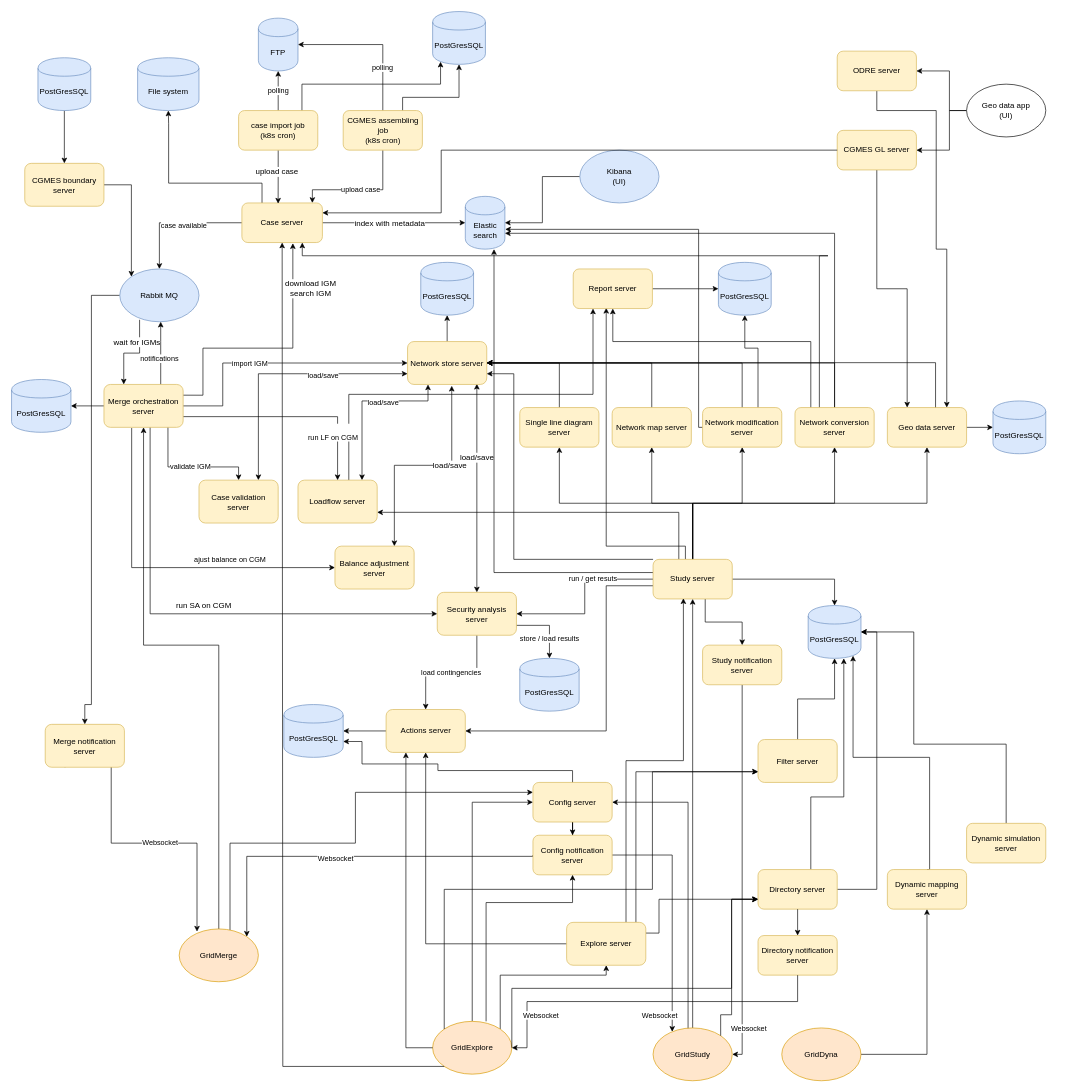
Earlier version of the draw.io diagram diagrams/gridsuite_architecture.drawio (gridsuite/documentation). Source tidied: cells renumbered, new cells numbered last; positions are measured from the earlier drawing's top-left corner, leaving out a move shared by most shapes. Both pictures are drawn from the tidied source at 66%, with x=0, y=0 at pixel (11, 11).
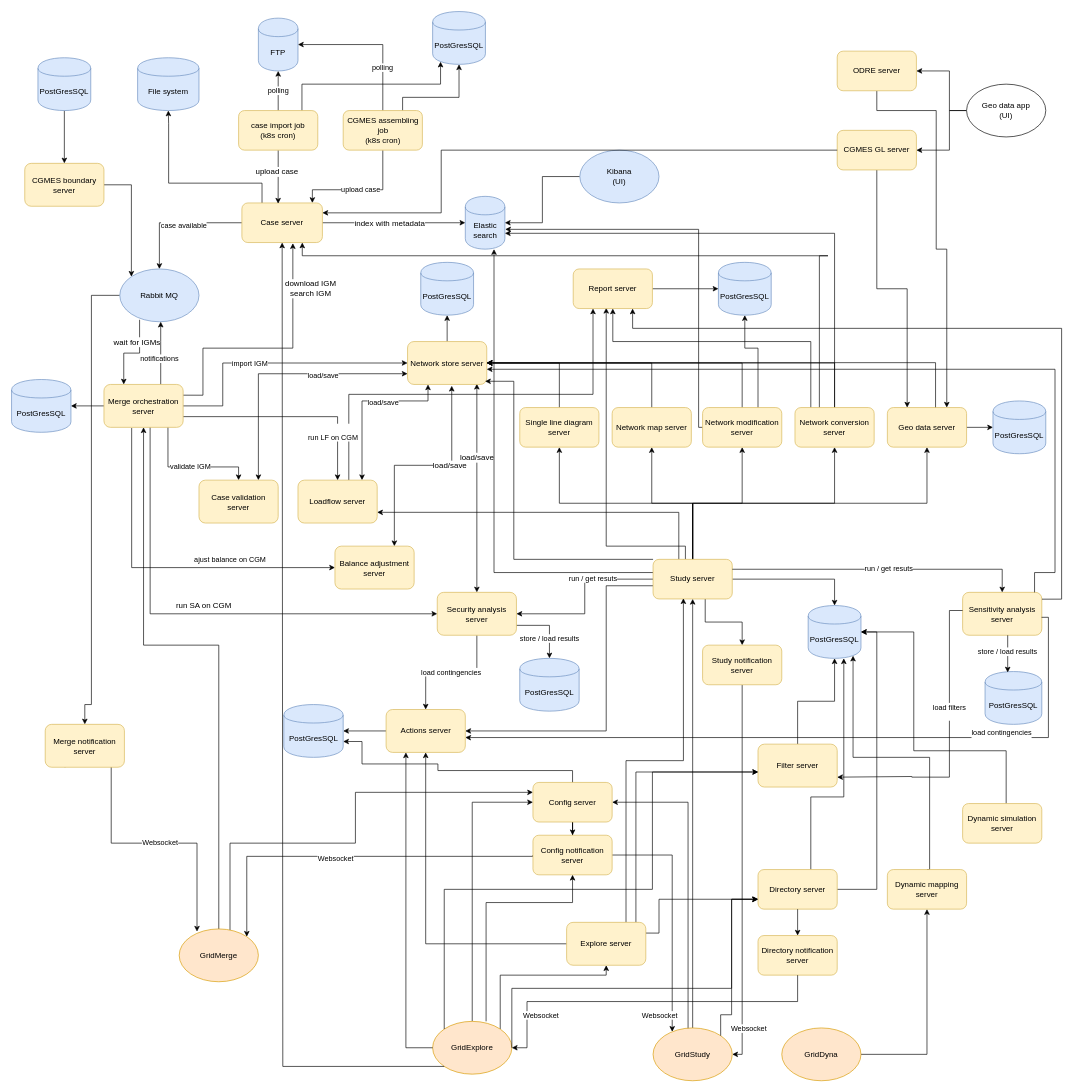
Above is the later version.

Commit message (it also covers changes not shown here):
Add documentation for sensitivity analysis server in README Modification of document in drawio format Generation of new svg document

The change refers to these unchanged cells:
```xml
<mxCell id="34" value="Network store server" style="rounded=1;whiteSpace=wrap;html=1;fillColor=#fff2cc;strokeColor=#d6b656;" parent="1" vertex="1">
  <mxGeometry x="600" y="500" width="120" height="65" as="geometry" />
</mxCell>
<mxCell id="50" value="Actions server" style="rounded=1;whiteSpace=wrap;html=1;fillColor=#fff2cc;strokeColor=#d6b656;" parent="1" vertex="1">
  <mxGeometry x="567.5" y="1057.5" width="120" height="65" as="geometry" />
</mxCell>
<mxCell id="76" value="Study server" style="rounded=1;whiteSpace=wrap;html=1;fillColor=#fff2cc;strokeColor=#d6b656;" parent="1" vertex="1">
  <mxGeometry x="972" y="830" width="120" height="60" as="geometry" />
</mxCell>
<mxCell id="119" value="GridExplore" style="ellipse;whiteSpace=wrap;html=1;fillColor=#ffe6cc;strokeColor=#d79b00;" parent="1" vertex="1">
  <mxGeometry x="638" y="1530" width="120" height="80" as="geometry" />
</mxCell>
<mxCell id="120" value="PostGresSQL" style="shape=cylinder;whiteSpace=wrap;html=1;boundedLbl=1;backgroundOutline=1;fillColor=#dae8fc;strokeColor=#6c8ebf;" parent="1" vertex="1">
  <mxGeometry x="1207" y="900" width="80" height="80" as="geometry" />
</mxCell>
<mxCell id="144" value="&lt;div&gt;Explore server&lt;/div&gt;" style="rounded=1;whiteSpace=wrap;html=1;fillColor=#fff2cc;strokeColor=#d6b656;" parent="1" vertex="1">
  <mxGeometry x="841" y="1380" width="120" height="65" as="geometry" />
</mxCell>
<mxCell id="148" value="Report server" style="rounded=1;whiteSpace=wrap;html=1;fillColor=#fff2cc;strokeColor=#d6b656;" parent="1" vertex="1">
  <mxGeometry x="851" y="390" width="120" height="60" as="geometry" />
</mxCell>
```

The edit, as a diff of the source:
```diff
@@
-    <mxCell id="73" style="edgeStyle=orthogonalEdgeStyle;rounded=0;jettySize=auto;html=1;entryX=1;entryY=0.75;entryDx=0;entryDy=0;exitX=0;exitY=0;exitDx=0;exitDy=0;" parent="1" edge="1" source="76" target="34">
+    <mxCell id="73" style="edgeStyle=orthogonalEdgeStyle;rounded=0;jettySize=auto;html=1;exitX=0;exitY=0;exitDx=0;exitDy=0;entryX=0.979;entryY=0.926;entryDx=0;entryDy=0;entryPerimeter=0;" parent="1" edge="1" source="76" target="34">
       <mxGeometry relative="1" as="geometry">
         <Array as="points">
           <mxPoint x="761" y="830" />
-          <mxPoint x="761" y="549" />
+          <mxPoint x="761" y="560" />
         </Array>
       </mxGeometry>
     </mxCell>
@@
     <mxCell id="122" value="Filter server" style="rounded=1;whiteSpace=wrap;html=1;fillColor=#fff2cc;strokeColor=#d6b656;" parent="1" vertex="1">
-      <mxGeometry x="1131" y="1103" width="120" height="65" as="geometry" />
+      <mxGeometry x="1131" y="1110" width="120" height="65" as="geometry" />
     </mxCell>
@@
-    <mxCell id="143" style="edgeStyle=orthogonalEdgeStyle;rounded=0;jettySize=auto;html=1;exitX=0.875;exitY=0;exitDx=0;exitDy=0;exitPerimeter=0;entryX=0;entryY=0.75;entryDx=0;entryDy=0;" parent="1" edge="1" source="144" target="122">
+    <mxCell id="143" style="edgeStyle=orthogonalEdgeStyle;rounded=0;jettySize=auto;html=1;exitX=0.875;exitY=0;exitDx=0;exitDy=0;exitPerimeter=0;entryX=0.002;entryY=0.649;entryDx=0;entryDy=0;entryPerimeter=0;" parent="1" edge="1" source="144" target="122">
       <mxGeometry relative="1" as="geometry">
         <Array as="points">
           <mxPoint x="946" y="1152" />
+          <mxPoint x="1131" y="1152" />
         </Array>
       </mxGeometry>
     </mxCell>
@@
     <mxCell id="145" style="edgeStyle=orthogonalEdgeStyle;rounded=0;jettySize=auto;html=1;entryX=1;entryY=0.5;entryDx=0;entryDy=0;" parent="1" edge="1" source="146" target="120">
       <mxGeometry relative="1" as="geometry">
         <Array as="points">
-          <mxPoint x="1507" y="1110" />
-          <mxPoint x="1367" y="1110" />
+          <mxPoint x="1507" y="1120" />
+          <mxPoint x="1367" y="1120" />
           <mxPoint x="1367" y="940" />
         </Array>
       </mxGeometry>
     </mxCell>
     <mxCell id="146" value="Dynamic simulation server" style="rounded=1;whiteSpace=wrap;html=1;fillColor=#fff2cc;strokeColor=#d6b656;" parent="1" vertex="1">
-      <mxGeometry x="1447" y="1230" width="120" height="60" as="geometry" />
+      <mxGeometry x="1441" y="1200" width="120" height="60" as="geometry" />
     </mxCell>
@@
-    <mxCell id="160" style="edgeStyle=orthogonalEdgeStyle;rounded=0;jettySize=auto;html=1;entryX=0;entryY=0.75;entryDx=0;entryDy=0;exitX=0;exitY=0;exitDx=0;exitDy=0;" parent="1" edge="1" source="119" target="122">
+    <mxCell id="160" style="edgeStyle=orthogonalEdgeStyle;rounded=0;jettySize=auto;html=1;exitX=0;exitY=0;exitDx=0;exitDy=0;entryX=0.001;entryY=0.649;entryDx=0;entryDy=0;entryPerimeter=0;" parent="1" edge="1" source="119" target="122">
       <mxGeometry relative="1" as="geometry">
         <Array as="points">
           <mxPoint x="656" y="1330" />
           <mxPoint x="971" y="1330" />
           <mxPoint x="971" y="1152" />
         </Array>
       </mxGeometry>
     </mxCell>
@@
+    <mxCell id="162" value="Sensitivity analysis server" style="rounded=1;whiteSpace=wrap;html=1;fillColor=#fff2cc;strokeColor=#d6b656;" parent="1" vertex="1">
+      <mxGeometry x="1441" y="880" width="120" height="65" as="geometry" />
+    </mxCell>
+    <mxCell id="163" style="edgeStyle=orthogonalEdgeStyle;rounded=0;jettySize=auto;html=1;entryX=0.5;entryY=0;entryDx=0;entryDy=0;exitX=1;exitY=0.25;exitDx=0;exitDy=0;" parent="1" edge="1" source="76" target="162">
+      <mxGeometry relative="1" as="geometry" />
+    </mxCell>
+    <mxCell id="164" value="run / get resuts" style="edgeLabel;html=1;align=center;verticalAlign=middle;" parent="163" vertex="1">
+      <mxGeometry x="-0.29" y="-2" relative="1" as="geometry">
+        <mxPoint x="78" y="-4" as="offset" />
+      </mxGeometry>
+    </mxCell>
+    <mxCell id="165" value="PostGresSQL" style="shape=cylinder;whiteSpace=wrap;html=1;boundedLbl=1;backgroundOutline=1;fillColor=#dae8fc;strokeColor=#6c8ebf;" parent="1" vertex="1">
+      <mxGeometry x="1475" y="1000" width="86" height="80" as="geometry" />
+    </mxCell>
+    <mxCell id="166" value="store / load results" style="edgeStyle=orthogonalEdgeStyle;rounded=0;jettySize=auto;html=1;entryX=0.399;entryY=0.017;entryDx=0;entryDy=0;entryPerimeter=0;" parent="1" edge="1" target="165">
+      <mxGeometry x="-0.11" relative="1" as="geometry">
+        <mxPoint x="1509" y="945" as="sourcePoint" />
+        <Array as="points">
+          <mxPoint x="1509" y="1001" />
+        </Array>
+      </mxGeometry>
+    </mxCell>
+    <mxCell id="167" style="edgeStyle=orthogonalEdgeStyle;rounded=0;jettySize=auto;html=1;" parent="1" edge="1" source="162" target="34">
+      <mxGeometry relative="1" as="geometry">
+        <Array as="points">
+          <mxPoint x="1550" y="850" />
+          <mxPoint x="1581" y="850" />
+          <mxPoint x="1581" y="542" />
+        </Array>
+      </mxGeometry>
+    </mxCell>
+    <mxCell id="168" value="&lt;div&gt;load filters&lt;/div&gt;&lt;div&gt;&lt;br&gt;&lt;/div&gt;" style="edgeStyle=orthogonalEdgeStyle;rounded=0;orthogonalLoop=1;jettySize=auto;html=1;" parent="1" edge="1">
+      <mxGeometry x="-0.22" relative="1" as="geometry">
+        <mxPoint x="1441" y="907.5" as="sourcePoint" />
+        <mxPoint x="1251" y="1160" as="targetPoint" />
+        <Array as="points">
+          <mxPoint x="1421" y="908" />
+          <mxPoint x="1421" y="1160" />
+          <mxPoint x="1364" y="1160" />
+          <mxPoint x="1251" y="1159" />
+        </Array>
+      </mxGeometry>
+    </mxCell>
+    <mxCell id="169" value="&lt;div&gt;load contingencies&lt;/div&gt;&lt;div&gt;&lt;br&gt;&lt;/div&gt;" style="edgeStyle=orthogonalEdgeStyle;rounded=0;jettySize=auto;html=1;exitX=0.997;exitY=0.582;exitDx=0;exitDy=0;exitPerimeter=0;entryX=1;entryY=0.651;entryDx=0;entryDy=0;entryPerimeter=0;" parent="1" edge="1" source="162" target="50">
+      <mxGeometry x="-0.51" relative="1" as="geometry">
+        <Array as="points">
+          <mxPoint x="1571" y="918" />
+          <mxPoint x="1571" y="1100" />
+          <mxPoint x="691" y="1100" />
+        </Array>
+      </mxGeometry>
+    </mxCell>
+    <mxCell id="170" style="edgeStyle=orthogonalEdgeStyle;rounded=0;jettySize=auto;html=1;entryX=0.75;entryY=1;entryDx=0;entryDy=0;exitX=1.002;exitY=0.159;exitDx=0;exitDy=0;exitPerimeter=0;" parent="1" edge="1" source="162" target="148">
+      <mxGeometry relative="1" as="geometry">
+        <Array as="points">
+          <mxPoint x="1591" y="890" />
+          <mxPoint x="1591" y="480" />
+          <mxPoint x="941" y="480" />
+        </Array>
+      </mxGeometry>
+    </mxCell>
```
